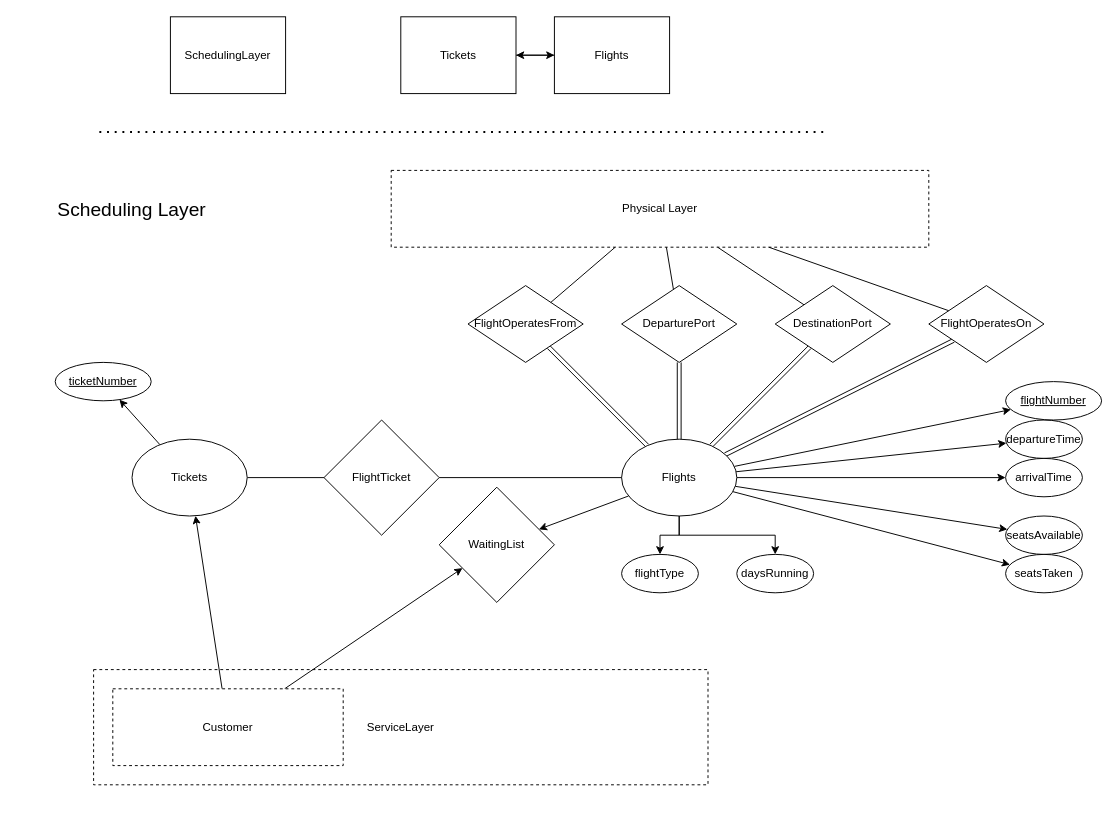
kyle4036/DatabaseManagement2026Project1 keeps this draw.io diagram as page "SchedulingLayer" (4 of 7) of ERDiagram.drawio. Above is the earlier version. Source tidied: cells renumbered, new cells numbered last; positions are measured from the earlier drawing's top-left corner, leaving out a move shared by most shapes. Both pictures are drawn from the tidied source at 96%, with x=0, y=0 at pixel (55, 16).
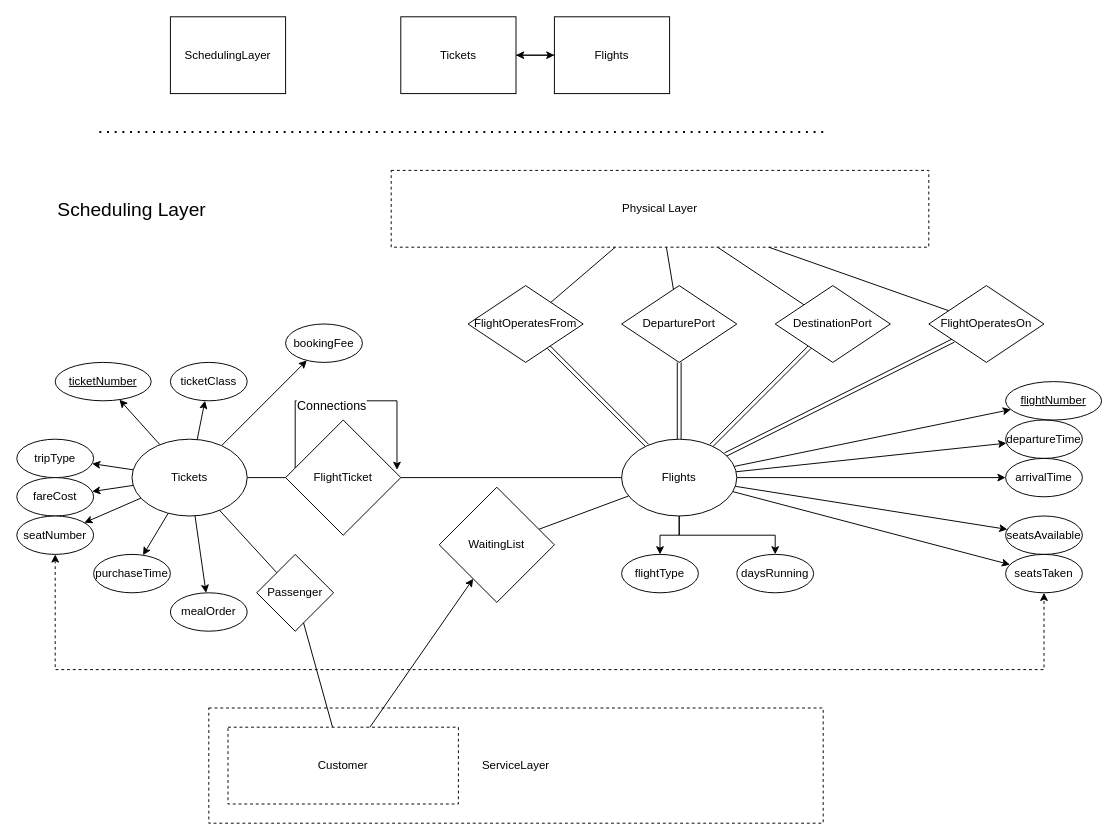
The same page after the edit.

Commit message (it also covers changes not shown here):
finished the fields for service layer

Unchanged cells that the change refers to:
```xml
<mxCell id="21" value="Flights" style="ellipse;whiteSpace=wrap;html=1;" parent="1" vertex="1">
  <mxGeometry x="590" y="440" width="120" height="80" as="geometry" />
</mxCell>
<mxCell id="24" value="Tickets" style="ellipse;whiteSpace=wrap;html=1;" parent="1" vertex="1">
  <mxGeometry x="80" y="440" width="120" height="80" as="geometry" />
</mxCell>
<mxCell id="38" value="seatsTaken" style="ellipse;whiteSpace=wrap;html=1;" parent="1" vertex="1">
  <mxGeometry x="990" y="560" width="80" height="40" as="geometry" />
</mxCell>
<mxCell id="39" value="WaitingList" style="rhombus;whiteSpace=wrap;html=1;" parent="1" vertex="1">
  <mxGeometry x="400" y="490" width="120" height="120" as="geometry" />
</mxCell>
```

Change to the diagram source:
```diff
@@
-    <mxCell id="20" style="rounded=0;jettySize=auto;html=1;" parent="1" edge="1" source="21" target="39">
+    <mxCell id="20" style="rounded=0;jettySize=auto;html=1;endArrow=none;endFill=0;" parent="1" edge="1" source="21" target="39">
       <mxGeometry relative="1" as="geometry" />
     </mxCell>
@@
+    <mxCell id="50" style="rounded=0;jettySize=auto;html=1;" parent="1" edge="1" source="24" target="61">
+      <mxGeometry relative="1" as="geometry" />
+    </mxCell>
+    <mxCell id="51" style="rounded=0;jettySize=auto;html=1;" parent="1" edge="1" source="24" target="62">
+      <mxGeometry relative="1" as="geometry" />
+    </mxCell>
+    <mxCell id="52" style="rounded=0;jettySize=auto;html=1;" parent="1" edge="1" source="24" target="66">
+      <mxGeometry relative="1" as="geometry" />
+    </mxCell>
+    <mxCell id="53" style="rounded=0;jettySize=auto;html=1;" parent="1" edge="1" source="24" target="67">
+      <mxGeometry relative="1" as="geometry" />
+    </mxCell>
+    <mxCell id="54" style="rounded=0;jettySize=auto;html=1;" parent="1" edge="1" source="24" target="68">
+      <mxGeometry relative="1" as="geometry" />
+    </mxCell>
+    <mxCell id="55" style="rounded=0;jettySize=auto;html=1;" parent="1" edge="1" source="24" target="69">
+      <mxGeometry relative="1" as="geometry" />
+    </mxCell>
+    <mxCell id="56" style="rounded=0;jettySize=auto;html=1;" parent="1" edge="1" source="24" target="70">
+      <mxGeometry relative="1" as="geometry" />
+    </mxCell>
@@
+    <mxCell id="57" style="edgeStyle=orthogonalEdgeStyle;rounded=0;orthogonalLoop=1;jettySize=auto;html=1;entryX=0.967;entryY=0.433;entryDx=0;entryDy=0;entryPerimeter=0;" parent="1" edge="1" source="36" target="36">
+      <mxGeometry relative="1" as="geometry">
+        <Array as="points">
+          <mxPoint x="250" y="400" />
+          <mxPoint x="356" y="400" />
+        </Array>
+      </mxGeometry>
+    </mxCell>
+    <mxCell id="58" value="&lt;font style=&quot;font-size: 13px;&quot;&gt;Connections&lt;/font&gt;" style="edgeLabel;html=1;align=center;verticalAlign=middle;" parent="57" vertex="1">
+      <mxGeometry x="-0.14" y="-4" relative="1" as="geometry" />
+    </mxCell>
     <mxCell id="36" value="FlightTicket" style="rhombus;whiteSpace=wrap;html=1;" parent="1" vertex="1">
-      <mxGeometry x="280" y="420" width="120" height="120" as="geometry" />
+      <mxGeometry x="240" y="420" width="120" height="120" as="geometry" />
     </mxCell>
@@
+    <mxCell id="59" style="rounded=0;jettySize=auto;html=1;endArrow=none;endFill=0;" parent="1" edge="1" source="60" target="24">
+      <mxGeometry relative="1" as="geometry" />
+    </mxCell>
+    <mxCell id="60" value="Passenger" style="rhombus;whiteSpace=wrap;html=1;" parent="1" vertex="1">
+      <mxGeometry x="210" y="560" width="80" height="80" as="geometry" />
+    </mxCell>
+    <mxCell id="61" value="tripType" style="ellipse;whiteSpace=wrap;html=1;" parent="1" vertex="1">
+      <mxGeometry x="-40" y="440" width="80" height="40" as="geometry" />
+    </mxCell>
+    <mxCell id="62" value="fareCost" style="ellipse;whiteSpace=wrap;html=1;" parent="1" vertex="1">
+      <mxGeometry x="-40" y="480" width="80" height="40" as="geometry" />
+    </mxCell>
+    <mxCell id="63" style="group;" parent="1" vertex="1">
+      <mxGeometry x="160" y="720" width="640" height="120" as="geometry" />
+    </mxCell>
-    <mxCell id="46" value="ServiceLayer" style="rounded=0;whiteSpace=wrap;html=1;dashed=1;" parent="1" vertex="1">
-      <mxGeometry x="40" y="680" width="640" height="120" as="geometry" />
+    <mxCell id="46" value="ServiceLayer" style="rounded=0;whiteSpace=wrap;html=1;dashed=1;" parent="63" vertex="1">
+      <mxGeometry width="640" height="120" as="geometry" />
     </mxCell>
-    <mxCell id="47" style="rounded=0;jettySize=auto;html=1;" parent="1" edge="1" source="49" target="24">
-      <mxGeometry relative="1" as="geometry" />
-    </mxCell>
+    <mxCell id="49" value="Customer" style="rounded=0;whiteSpace=wrap;html=1;dashed=1;" parent="63" vertex="1">
+      <mxGeometry x="20" y="20" width="240" height="80" as="geometry" />
+    </mxCell>
@@
-    <mxCell id="49" value="Customer" style="rounded=0;whiteSpace=wrap;html=1;dashed=1;" parent="1" vertex="1">
-      <mxGeometry x="60" y="700" width="240" height="80" as="geometry" />
-    </mxCell>
+    <mxCell id="64" style="rounded=0;jettySize=auto;html=1;endArrow=none;endFill=0;" parent="1" edge="1" source="49" target="60">
+      <mxGeometry relative="1" as="geometry" />
+    </mxCell>
+    <mxCell id="65" style="edgeStyle=orthogonalEdgeStyle;rounded=0;jettySize=auto;html=1;dashed=1;startArrow=classic;startFill=1;" parent="1" edge="1" source="66" target="38">
+      <mxGeometry relative="1" as="geometry">
+        <Array as="points">
+          <mxPoint y="680" />
+          <mxPoint x="1030" y="680" />
+        </Array>
+      </mxGeometry>
+    </mxCell>
+    <mxCell id="66" value="seatNumber" style="ellipse;whiteSpace=wrap;html=1;" parent="1" vertex="1">
+      <mxGeometry x="-40" y="520" width="80" height="40" as="geometry" />
+    </mxCell>
+    <mxCell id="67" value="purchaseTime" style="ellipse;whiteSpace=wrap;html=1;" parent="1" vertex="1">
+      <mxGeometry x="40" y="560" width="80" height="40" as="geometry" />
+    </mxCell>
+    <mxCell id="68" value="ticketClass" style="ellipse;whiteSpace=wrap;html=1;" parent="1" vertex="1">
+      <mxGeometry x="120" y="360" width="80" height="40" as="geometry" />
+    </mxCell>
+    <mxCell id="69" value="mealOrder" style="ellipse;whiteSpace=wrap;html=1;" parent="1" vertex="1">
+      <mxGeometry x="120" y="600" width="80" height="40" as="geometry" />
+    </mxCell>
+    <mxCell id="70" value="bookingFee" style="ellipse;whiteSpace=wrap;html=1;" parent="1" vertex="1">
+      <mxGeometry x="240" y="320" width="80" height="40" as="geometry" />
+    </mxCell>
```
